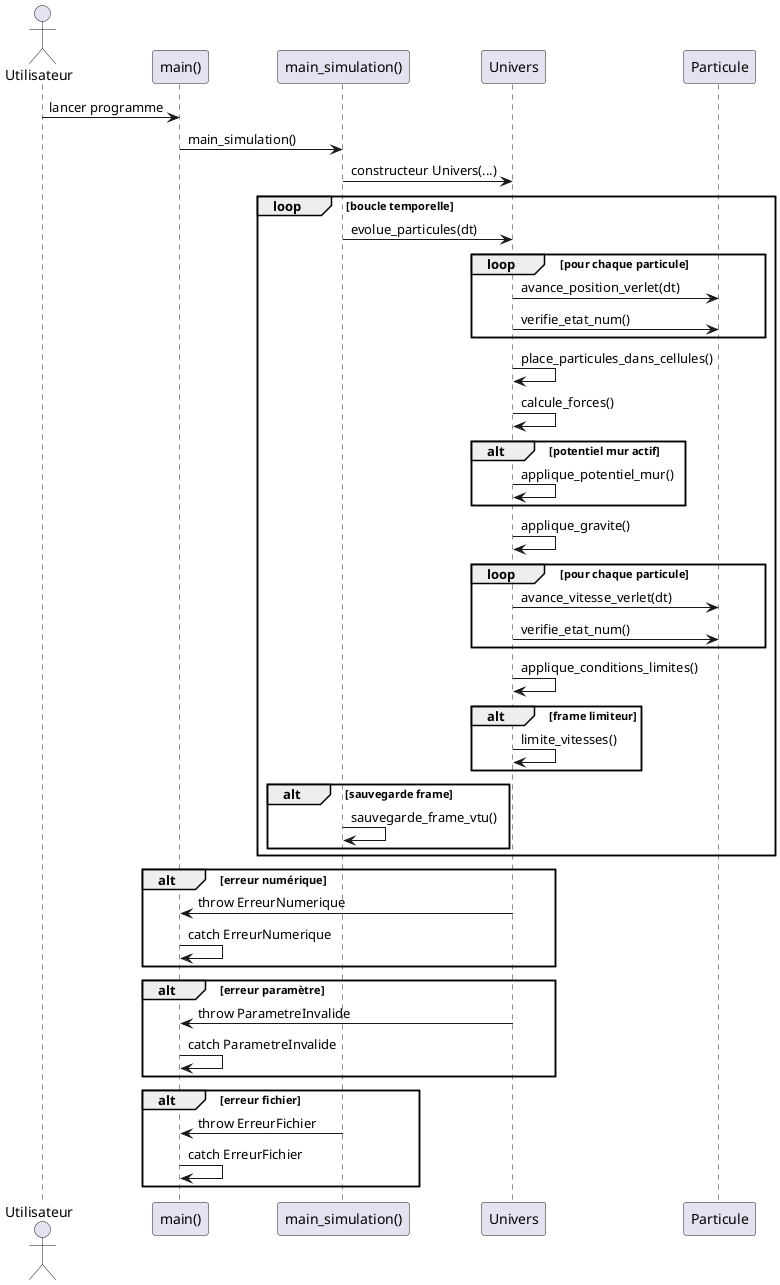
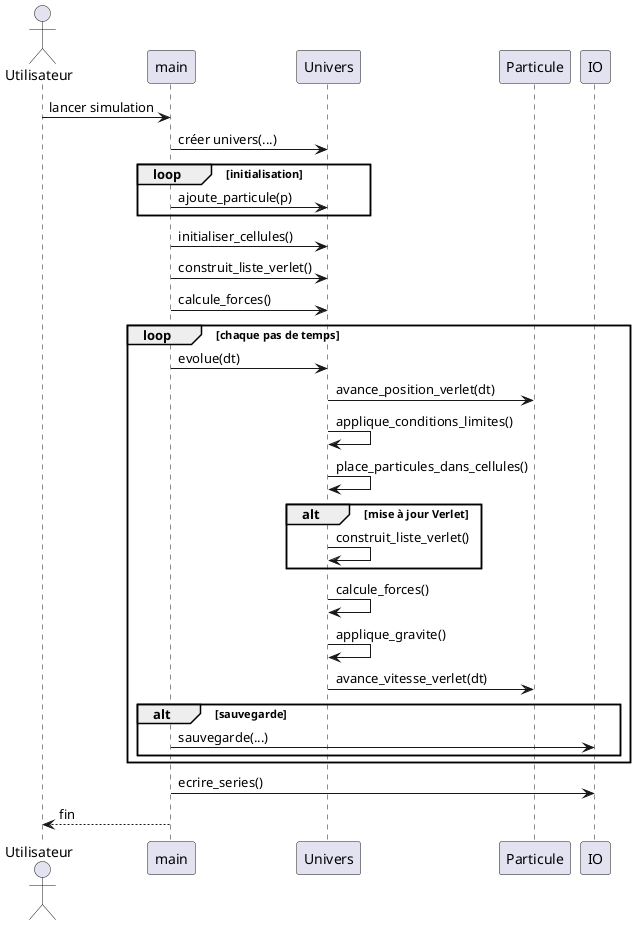
@startuml

actor Utilisateur
+ participant main
+ participant Univers
+ participant Particule
+ participant IO

- participant "main()" as Main
- participant "main_simulation()" as Sim
- participant "Univers" as U
- participant "Particule" as P
+ Utilisateur -> main : lancer simulation

- Utilisateur -> Main : lancer programme
+ main -> Univers : créer univers(...)

- Main -> Sim : main_simulation()
+ loop initialisation
+ main -> Univers : ajoute_particule(p)
+ end

- Sim -> U : constructeur Univers(...)
+ main -> Univers : initialiser_cellules()
+ main -> Univers : construit_liste_verlet()
+ main -> Univers : calcule_forces()

- loop boucle temporelle
+ loop chaque pas de temps

-     Sim -> U : evolue_particules(dt)
+ main -> Univers : evolue(dt)

-     loop pour chaque particule
-         U -> P : avance_position_verlet(dt)
-         U -> P : verifie_etat_num()
-     end
+ Univers -> Particule : avance_position_verlet(dt)

-     U -> U : place_particules_dans_cellules()
+ Univers -> Univers : applique_conditions_limites()
+ Univers -> Univers : place_particules_dans_cellules()

-     U -> U : calcule_forces()
+ alt mise à jour Verlet
+ Univers -> Univers : construit_liste_verlet()
+ end

-     alt potentiel mur actif
-         U -> U : applique_potentiel_mur()
-     end
+ Univers -> Univers : calcule_forces()
+ Univers -> Univers : applique_gravite()

-     U -> U : applique_gravite()
+ Univers -> Particule : avance_vitesse_verlet(dt)

-     loop pour chaque particule
-         U -> P : avance_vitesse_verlet(dt)
-         U -> P : verifie_etat_num()
-     end
- 
-     U -> U : applique_conditions_limites()
- 
-     alt frame limiteur
-         U -> U : limite_vitesses()
-     end
- 
-     alt sauvegarde frame
-         Sim -> Sim : sauvegarde_frame_vtu()
-     end
+ alt sauvegarde
+ main -> IO : sauvegarde(...)
+ end

end

- alt erreur numérique
-     U -> Main : throw ErreurNumerique
-     Main -> Main : catch ErreurNumerique
- end
- 
- alt erreur paramètre
-     U -> Main : throw ParametreInvalide
-     Main -> Main : catch ParametreInvalide
- end
- 
- alt erreur fichier
-     Sim -> Main : throw ErreurFichier
-     Main -> Main : catch ErreurFichier
- end
+ main -> IO : ecrire_series()
+ main --> Utilisateur : fin

@enduml